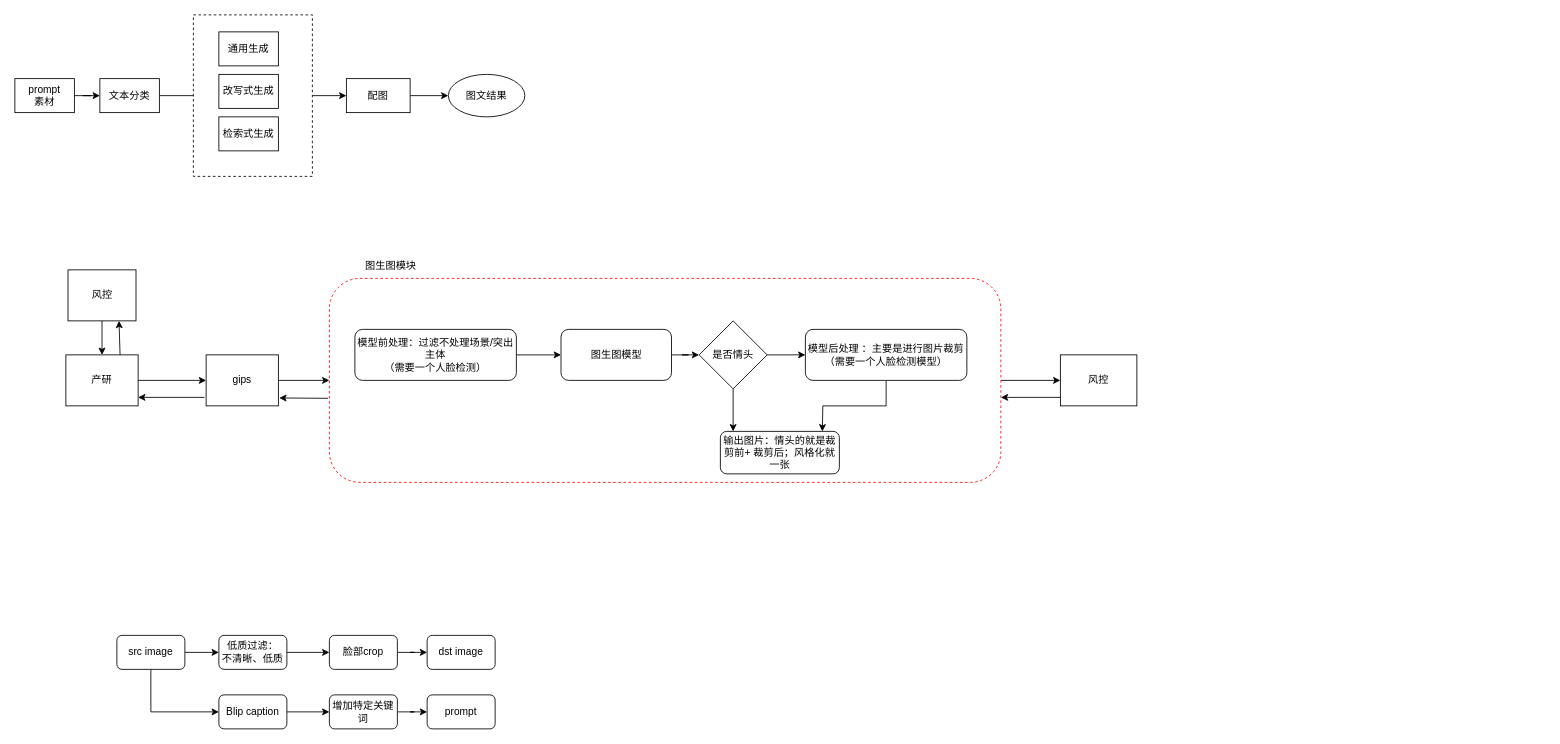
Earlier version of the draw.io diagram 图文生产.drawio (2018liuyan/one). Source tidied: cells renumbered, new cells numbered last; positions are measured from the earlier drawing's top-left corner, leaving out a move shared by most shapes. Both pictures are drawn from the tidied source at 85%, with x=0, y=0 at pixel (14, 14).
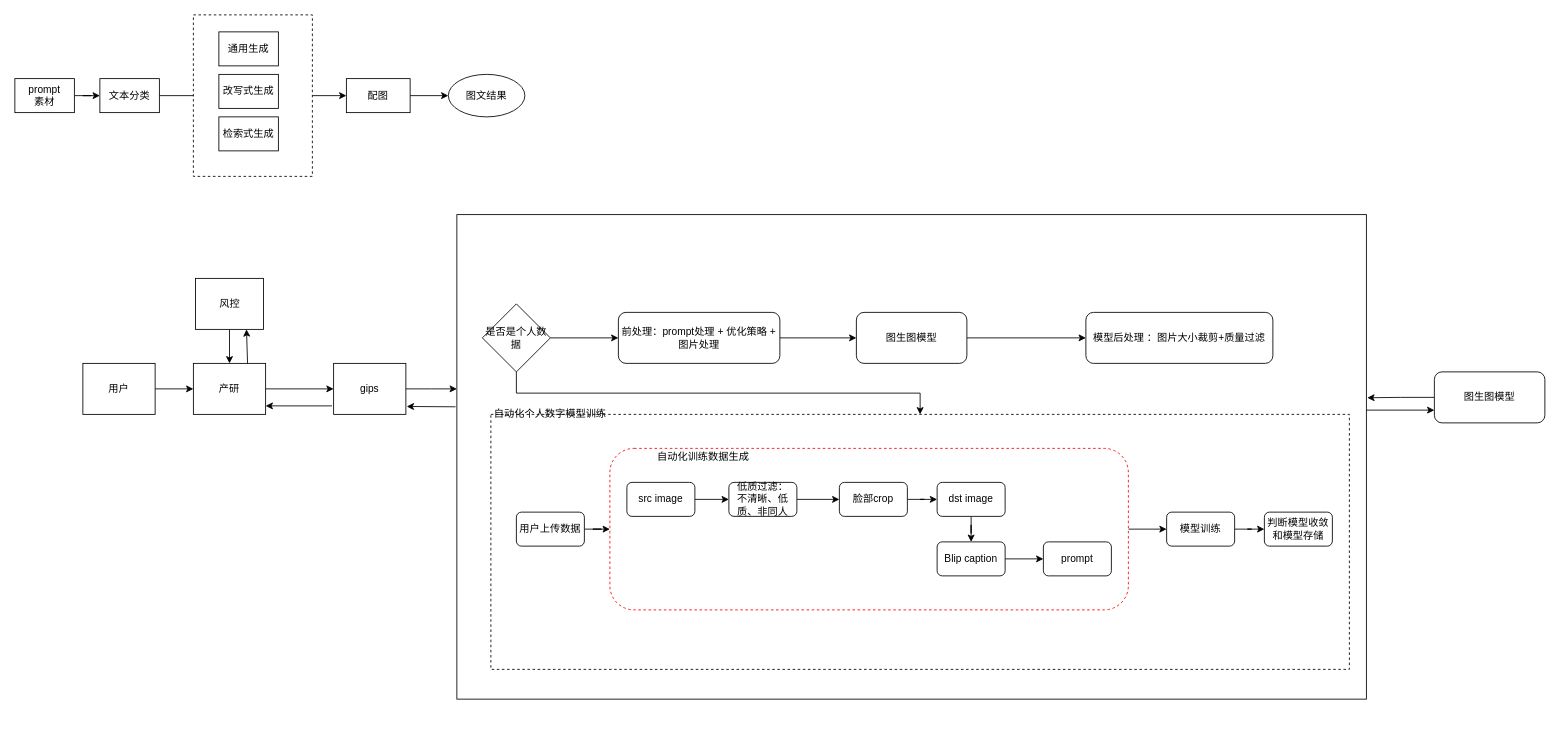
Above is the later version.

Commit message:
更新图文生产.drawio

Change to the diagram source:
```diff
@@
-    <mxCell id="2" style="edgeStyle=orthogonalEdgeStyle;rounded=0;jettySize=auto;html=1;" parent="1" edge="1" source="3" target="32">
-      <mxGeometry relative="1" as="geometry" />
-    </mxCell>
-    <mxCell id="3" style="rounded=1;whiteSpace=wrap;html=1;dashed=1;strokeColor=#FF0000;" parent="1" vertex="1">
-      <mxGeometry x="370" y="310" width="790" height="240" as="geometry" />
-    </mxCell>
+    <mxCell id="51" style="rounded=0;whiteSpace=wrap;html=1;" parent="1" vertex="1">
+      <mxGeometry x="520" y="235" width="1070" height="570" as="geometry" />
+    </mxCell>
+    <mxCell id="52" style="rounded=0;whiteSpace=wrap;html=1;dashed=1;" parent="1" vertex="1">
+      <mxGeometry x="560" y="470" width="1010" height="300" as="geometry" />
+    </mxCell>
+    <mxCell id="53" style="edgeStyle=orthogonalEdgeStyle;rounded=0;jettySize=auto;html=1;" parent="1" edge="1" source="54" target="59">
+      <mxGeometry relative="1" as="geometry" />
+    </mxCell>
+    <mxCell id="54" style="rounded=1;whiteSpace=wrap;html=1;dashed=1;strokeColor=#FF0000;" parent="1" vertex="1">
+      <mxGeometry x="700" y="510" width="610" height="190" as="geometry" />
+    </mxCell>
@@
-    <mxCell id="16" style="edgeStyle=orthogonalEdgeStyle;rounded=0;jettySize=auto;html=1;" parent="1" edge="1" source="17" target="19">
-      <mxGeometry relative="1" as="geometry" />
-    </mxCell>
-    <mxCell id="17" value="模型前处理：过滤不处理场景/突出主体&lt;br&gt;（需要一个人脸检测）" style="rounded=1;whiteSpace=wrap;html=1;" parent="1" vertex="1">
-      <mxGeometry x="400" y="370" width="190" height="60" as="geometry" />
-    </mxCell>
-    <mxCell id="18" style="edgeStyle=orthogonalEdgeStyle;rounded=0;jettySize=auto;html=1;" parent="1" edge="1" source="19" target="24">
-      <mxGeometry relative="1" as="geometry" />
-    </mxCell>
+    <mxCell id="55" style="edgeStyle=orthogonalEdgeStyle;rounded=0;jettySize=auto;html=1;" parent="1" edge="1" source="19" target="21">
+      <mxGeometry relative="1" as="geometry" />
+    </mxCell>
     <mxCell id="19" value="图生图模型" style="rounded=1;whiteSpace=wrap;html=1;" parent="1" vertex="1">
-      <mxGeometry x="642.5" y="370" width="130" height="60" as="geometry" />
+      <mxGeometry x="990" y="350" width="130" height="60" as="geometry" />
     </mxCell>
-    <mxCell id="20" style="edgeStyle=orthogonalEdgeStyle;rounded=0;jettySize=auto;html=1;" parent="1" edge="1" source="21">
-      <mxGeometry relative="1" as="geometry">
-        <mxPoint x="950" y="490" as="targetPoint" />
-      </mxGeometry>
-    </mxCell>
-    <mxCell id="21" value="模型后处理 ：主要是进行图片裁剪&lt;br&gt;（需要一个人脸检测模型）" style="rounded=1;whiteSpace=wrap;html=1;" parent="1" vertex="1">
-      <mxGeometry x="930" y="370" width="190" height="60" as="geometry" />
+    <mxCell id="21" value="模型后处理 ：图片大小裁剪+质量过滤" style="rounded=1;whiteSpace=wrap;html=1;" parent="1" vertex="1">
+      <mxGeometry x="1260" y="350" width="220" height="60" as="geometry" />
     </mxCell>
-    <mxCell id="22" style="edgeStyle=orthogonalEdgeStyle;rounded=0;jettySize=auto;html=1;" parent="1" edge="1" source="24" target="21">
-      <mxGeometry relative="1" as="geometry" />
-    </mxCell>
-    <mxCell id="23" style="edgeStyle=orthogonalEdgeStyle;rounded=0;jettySize=auto;html=1;" parent="1" edge="1" source="24">
-      <mxGeometry relative="1" as="geometry">
-        <mxPoint x="845" y="490" as="targetPoint" />
-      </mxGeometry>
-    </mxCell>
-    <mxCell id="24" value="是否情头" style="rhombus;whiteSpace=wrap;html=1;" parent="1" vertex="1">
-      <mxGeometry x="805" y="360" width="80" height="80" as="geometry" />
-    </mxCell>
-    <mxCell id="25" value="输出图片：情头的就是裁剪前+ 裁剪后；风格化就一张" style="rounded=1;whiteSpace=wrap;html=1;" parent="1" vertex="1">
-      <mxGeometry x="830" y="490" width="140" height="50" as="geometry" />
-    </mxCell>
@@
     <mxCell id="27" value="产研" style="rounded=0;whiteSpace=wrap;html=1;" parent="1" vertex="1">
-      <mxGeometry x="60" y="400" width="85" height="60" as="geometry" />
+      <mxGeometry x="210" y="410" width="85" height="60" as="geometry" />
     </mxCell>
-    <mxCell id="28" style="edgeStyle=orthogonalEdgeStyle;rounded=0;jettySize=auto;html=1;" parent="1" edge="1" source="29" target="3">
-      <mxGeometry relative="1" as="geometry" />
+    <mxCell id="28" style="edgeStyle=orthogonalEdgeStyle;rounded=0;jettySize=auto;html=1;" parent="1" edge="1" source="29">
+      <mxGeometry relative="1" as="geometry">
+        <mxPoint x="520" y="440" as="targetPoint" />
+      </mxGeometry>
     </mxCell>
     <mxCell id="29" value="gips" style="rounded=0;whiteSpace=wrap;html=1;" parent="1" vertex="1">
-      <mxGeometry x="225" y="400" width="85" height="60" as="geometry" />
+      <mxGeometry x="375" y="410" width="85" height="60" as="geometry" />
     </mxCell>
@@
     <mxCell id="31" value="风控" style="rounded=0;whiteSpace=wrap;html=1;" parent="1" vertex="1">
-      <mxGeometry x="62.5" y="300" width="80" height="60" as="geometry" />
+      <mxGeometry x="212.5" y="310" width="80" height="60" as="geometry" />
     </mxCell>
-    <mxCell id="32" value="风控" style="rounded=0;whiteSpace=wrap;html=1;" parent="1" vertex="1">
-      <mxGeometry x="1230" y="400" width="90" height="60" as="geometry" />
-    </mxCell>
-    <mxCell id="33" style="endArrow=classic;html=1;rounded=0;exitX=-0.002;exitY=0.588;exitDx=0;exitDy=0;exitPerimeter=0;entryX=1.012;entryY=0.845;entryDx=0;entryDy=0;entryPerimeter=0;" parent="1" edge="1" source="3" target="29">
-      <mxGeometry relative="1" as="geometry" />
+    <mxCell id="33" style="endArrow=classic;html=1;rounded=0;exitX=-0.002;exitY=0.588;exitDx=0;exitDy=0;exitPerimeter=0;entryX=1.012;entryY=0.845;entryDx=0;entryDy=0;entryPerimeter=0;" parent="1" edge="1" target="29">
+      <mxGeometry relative="1" as="geometry">
+        <mxPoint x="518.4" y="461.1" as="sourcePoint" />
+      </mxGeometry>
     </mxCell>
     <mxCell id="34" style="endArrow=classic;html=1;rounded=0;" parent="1" edge="1">
       <mxGeometry relative="1" as="geometry">
-        <mxPoint x="223" y="450" as="sourcePoint" />
-        <mxPoint x="145" y="450" as="targetPoint" />
+        <mxPoint x="373" y="460" as="sourcePoint" />
+        <mxPoint x="295" y="460" as="targetPoint" />
       </mxGeometry>
     </mxCell>
-    <mxCell id="35" style="endArrow=classic;html=1;rounded=0;" parent="1" edge="1">
-      <mxGeometry relative="1" as="geometry">
-        <mxPoint x="1230" y="450" as="sourcePoint" />
-        <mxPoint x="1160" y="450" as="targetPoint" />
-      </mxGeometry>
-    </mxCell>
@@
-    <mxCell id="37" value="图生图模块" style="text;html=1;strokeColor=none;fillColor=none;align=center;verticalAlign=middle;whiteSpace=wrap;rounded=0;" parent="1" vertex="1">
-      <mxGeometry x="400" y="280" width="85" height="30" as="geometry" />
-    </mxCell>
-    <mxCell id="38" style="edgeStyle=orthogonalEdgeStyle;rounded=0;orthogonalLoop=1;jettySize=auto;html=1;" parent="1" edge="1">
-      <mxGeometry relative="1" as="geometry">
-        <mxPoint x="160" y="750" as="sourcePoint" />
-        <mxPoint x="240" y="820" as="targetPoint" />
-        <Array as="points">
-          <mxPoint x="160" y="820" />
-        </Array>
-      </mxGeometry>
-    </mxCell>
@@
     <mxCell id="40" value="src image" style="rounded=1;whiteSpace=wrap;html=1;" parent="1" vertex="1">
-      <mxGeometry x="120" y="730" width="80" height="40" as="geometry" />
+      <mxGeometry x="720" y="550" width="80" height="40" as="geometry" />
     </mxCell>
-    <mxCell id="41" style="edgeStyle=orthogonalEdgeStyle;rounded=0;jettySize=auto;html=1;" parent="1" edge="1" source="42" target="50">
-      <mxGeometry relative="1" as="geometry" />
-    </mxCell>
+    <mxCell id="56" style="edgeStyle=orthogonalEdgeStyle;rounded=0;jettySize=auto;html=1;" parent="1" edge="1" source="42" target="43">
+      <mxGeometry relative="1" as="geometry" />
+    </mxCell>
     <mxCell id="42" value="Blip caption" style="rounded=1;whiteSpace=wrap;html=1;" parent="1" vertex="1">
-      <mxGeometry x="240" y="800" width="80" height="40" as="geometry" />
+      <mxGeometry x="1085" y="620" width="80" height="40" as="geometry" />
     </mxCell>
     <mxCell id="43" value="prompt" style="rounded=1;whiteSpace=wrap;html=1;" parent="1" vertex="1">
-      <mxGeometry x="485" y="800" width="80" height="40" as="geometry" />
+      <mxGeometry x="1210" y="620" width="80" height="40" as="geometry" />
     </mxCell>
@@
-    <mxCell id="45" value="低质过滤：&lt;br&gt;不清晰、低质" style="rounded=1;whiteSpace=wrap;html=1;" parent="1" vertex="1">
-      <mxGeometry x="240" y="730" width="80" height="40" as="geometry" />
+    <mxCell id="45" value="低质过滤：&lt;br&gt;不清晰、低质、非同人" style="rounded=1;whiteSpace=wrap;html=1;" parent="1" vertex="1">
+      <mxGeometry x="840" y="550" width="80" height="40" as="geometry" />
     </mxCell>
@@
     <mxCell id="47" value="脸部crop" style="rounded=1;whiteSpace=wrap;html=1;" parent="1" vertex="1">
-      <mxGeometry x="370" y="730" width="80" height="40" as="geometry" />
+      <mxGeometry x="970" y="550" width="80" height="40" as="geometry" />
     </mxCell>
+    <mxCell id="57" style="edgeStyle=orthogonalEdgeStyle;rounded=0;jettySize=auto;html=1;" parent="1" edge="1" source="48" target="42">
+      <mxGeometry relative="1" as="geometry" />
+    </mxCell>
     <mxCell id="48" value="dst image" style="rounded=1;whiteSpace=wrap;html=1;" parent="1" vertex="1">
-      <mxGeometry x="485" y="730" width="80" height="40" as="geometry" />
+      <mxGeometry x="1085" y="550" width="80" height="40" as="geometry" />
     </mxCell>
-    <mxCell id="49" style="edgeStyle=orthogonalEdgeStyle;rounded=0;jettySize=auto;html=1;" parent="1" edge="1" source="50" target="43">
-      <mxGeometry relative="1" as="geometry" />
-    </mxCell>
-    <mxCell id="50" value="增加特定关键词" style="rounded=1;whiteSpace=wrap;html=1;" parent="1" vertex="1">
-      <mxGeometry x="370" y="800" width="80" height="40" as="geometry" />
-    </mxCell>
+    <mxCell id="58" style="edgeStyle=orthogonalEdgeStyle;rounded=0;jettySize=auto;html=1;" parent="1" edge="1" source="59" target="60">
+      <mxGeometry relative="1" as="geometry" />
+    </mxCell>
+    <mxCell id="59" value="模型训练" style="rounded=1;whiteSpace=wrap;html=1;" parent="1" vertex="1">
+      <mxGeometry x="1355" y="585" width="80" height="40" as="geometry" />
+    </mxCell>
+    <mxCell id="60" value="判断模型收敛和模型存储" style="rounded=1;whiteSpace=wrap;html=1;" parent="1" vertex="1">
+      <mxGeometry x="1470" y="585" width="80" height="40" as="geometry" />
+    </mxCell>
+    <mxCell id="61" style="edgeStyle=orthogonalEdgeStyle;rounded=0;jettySize=auto;html=1;entryX=0;entryY=0.5;entryDx=0;entryDy=0;" parent="1" edge="1" source="62" target="54">
+      <mxGeometry relative="1" as="geometry" />
+    </mxCell>
+    <mxCell id="62" value="用户上传数据" style="rounded=1;whiteSpace=wrap;html=1;" parent="1" vertex="1">
+      <mxGeometry x="590" y="585" width="80" height="40" as="geometry" />
+    </mxCell>
+    <mxCell id="63" value="自动化训练数据生成" style="text;html=1;strokeColor=none;fillColor=none;align=center;verticalAlign=middle;whiteSpace=wrap;rounded=0;" parent="1" vertex="1">
+      <mxGeometry x="740" y="500" width="140" height="40" as="geometry" />
+    </mxCell>
+    <mxCell id="64" style="edgeStyle=orthogonalEdgeStyle;rounded=0;jettySize=auto;html=1;" parent="1" edge="1" source="65" target="27">
+      <mxGeometry relative="1" as="geometry" />
+    </mxCell>
+    <mxCell id="65" value="用户" style="rounded=0;whiteSpace=wrap;html=1;" parent="1" vertex="1">
+      <mxGeometry x="80" y="410" width="85" height="60" as="geometry" />
+    </mxCell>
+    <mxCell id="66" style="edgeStyle=orthogonalEdgeStyle;rounded=0;jettySize=auto;html=1;" parent="1" edge="1" source="68" target="52">
+      <mxGeometry relative="1" as="geometry" />
+    </mxCell>
+    <mxCell id="67" style="edgeStyle=orthogonalEdgeStyle;rounded=0;jettySize=auto;html=1;" parent="1" edge="1" source="68" target="71">
+      <mxGeometry relative="1" as="geometry" />
+    </mxCell>
+    <mxCell id="68" value="是否是个人数据" style="rhombus;whiteSpace=wrap;html=1;" parent="1" vertex="1">
+      <mxGeometry x="550" y="340" width="80" height="80" as="geometry" />
+    </mxCell>
+    <mxCell id="69" value="自动化个人数字模型训练" style="text;html=1;strokeColor=none;fillColor=none;align=center;verticalAlign=middle;whiteSpace=wrap;rounded=0;" parent="1" vertex="1">
+      <mxGeometry x="560" y="450" width="140" height="40" as="geometry" />
+    </mxCell>
+    <mxCell id="70" style="edgeStyle=orthogonalEdgeStyle;rounded=0;jettySize=auto;html=1;" parent="1" edge="1" source="71" target="19">
+      <mxGeometry relative="1" as="geometry" />
+    </mxCell>
+    <mxCell id="71" value="前处理：prompt处理 + 优化策略 + 图片处理" style="rounded=1;whiteSpace=wrap;html=1;" parent="1" vertex="1">
+      <mxGeometry x="710" y="350" width="190" height="60" as="geometry" />
+    </mxCell>
+    <mxCell id="72" style="edgeStyle=orthogonalEdgeStyle;rounded=0;jettySize=auto;html=1;entryX=1.001;entryY=0.378;entryDx=0;entryDy=0;entryPerimeter=0;" parent="1" edge="1" source="73" target="51">
+      <mxGeometry relative="1" as="geometry" />
+    </mxCell>
+    <mxCell id="73" value="图生图模型" style="rounded=1;whiteSpace=wrap;html=1;" parent="1" vertex="1">
+      <mxGeometry x="1670" y="420" width="130" height="60" as="geometry" />
+    </mxCell>
+    <mxCell id="74" style="endArrow=classic;html=1;rounded=0;entryX=0;entryY=0.75;entryDx=0;entryDy=0;" parent="1" edge="1" target="73">
+      <mxGeometry relative="1" as="geometry">
+        <mxPoint x="1590" y="465" as="sourcePoint" />
+      </mxGeometry>
+    </mxCell>
```
